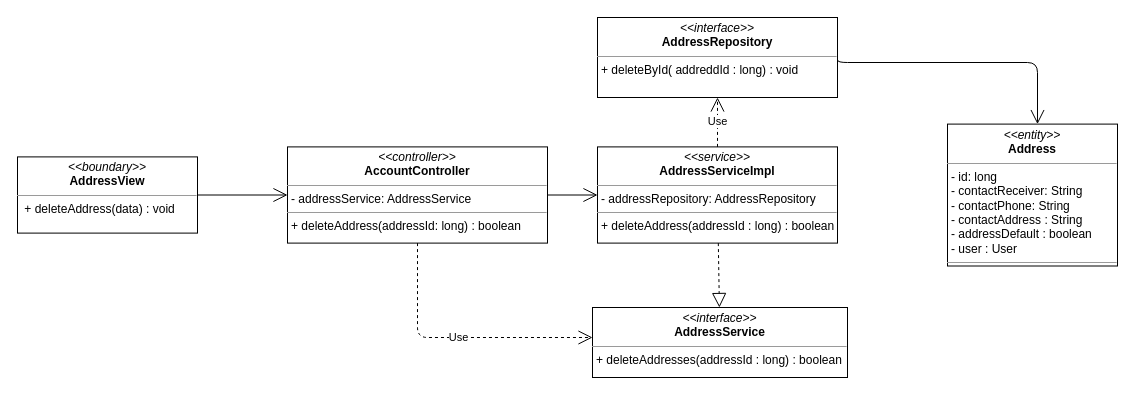
Before: class diagram/delete-address-class-diagram.drawio in nguyenphamvan/datn_20202, a draw.io diagram. Source tidied: cells renumbered, new cells numbered last; positions are measured from the earlier drawing's top-left corner, leaving out a move shared by most shapes. Both pictures are drawn from the tidied source at 100%, with x=0, y=0 at pixel (17, 17).
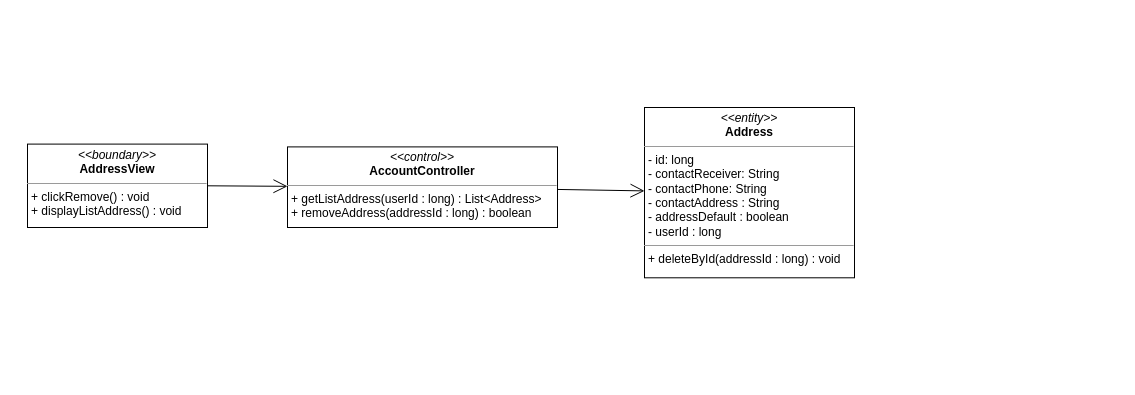
The same diagram, later.

The edit, as a diff of the source:
```diff
@@
 <mxGraphModel>
   <root>
     <mxCell id="0" />
     <mxCell id="1" parent="0" />
-    <mxCell id="2" value="&lt;p style=&quot;margin: 0px ; margin-top: 4px ; text-align: center&quot;&gt;&lt;i&gt;&amp;lt;&amp;lt;boundary&amp;gt;&amp;gt;&lt;/i&gt;&lt;br&gt;&lt;b&gt;AddressView&lt;/b&gt;&lt;/p&gt;&lt;hr size=&quot;1&quot;&gt;&lt;p style=&quot;margin: 0px ; margin-left: 4px&quot;&gt;&lt;span&gt;&amp;nbsp;&lt;/span&gt;&lt;span&gt;+ deleteAddress(data) : void&lt;/span&gt;&lt;/p&gt;" style="verticalAlign=top;align=left;overflow=fill;fontSize=12;fontFamily=Helvetica;html=1;" parent="1" vertex="1">
-      <mxGeometry y="139.4" width="180" height="76.2" as="geometry" />
-    </mxCell>
-    <mxCell id="3" style="endArrow=open;endFill=1;endSize=12;html=1;exitX=1;exitY=0.5;exitDx=0;exitDy=0;" parent="1" edge="1" source="2" target="6">
-      <mxGeometry relative="1" as="geometry" />
-    </mxCell>
-    <mxCell id="4" style="endArrow=open;endFill=1;endSize=12;html=1;exitX=1;exitY=0.5;exitDx=0;exitDy=0;edgeStyle=orthogonalEdgeStyle;" parent="1" edge="1" source="8" target="5">
-      <mxGeometry relative="1" as="geometry">
-        <Array as="points">
-          <mxPoint x="1020" y="45" />
-        </Array>
-      </mxGeometry>
-    </mxCell>
-    <mxCell id="5" value="&lt;p style=&quot;margin: 0px ; margin-top: 4px ; text-align: center&quot;&gt;&lt;i&gt;&amp;lt;&amp;lt;entity&amp;gt;&amp;gt;&lt;/i&gt;&lt;br&gt;&lt;b&gt;Address&lt;/b&gt;&lt;/p&gt;&lt;hr size=&quot;1&quot;&gt;&lt;p style=&quot;margin: 0px ; margin-left: 4px&quot;&gt;- id: long&lt;/p&gt;&lt;p style=&quot;margin: 0px ; margin-left: 4px&quot;&gt;- contactReceiver: String&lt;br&gt;- contactPhone: String&lt;/p&gt;&lt;p style=&quot;margin: 0px ; margin-left: 4px&quot;&gt;- contactAddress : String&lt;/p&gt;&lt;p style=&quot;margin: 0px ; margin-left: 4px&quot;&gt;- addressDefault : boolean&lt;/p&gt;&lt;p style=&quot;margin: 0px ; margin-left: 4px&quot;&gt;- user : User&lt;/p&gt;&lt;hr size=&quot;1&quot;&gt;&lt;p style=&quot;margin: 0px ; margin-left: 4px&quot;&gt;&lt;br&gt;&lt;/p&gt;" style="verticalAlign=top;align=left;overflow=fill;fontSize=12;fontFamily=Helvetica;html=1;" parent="1" vertex="1">
-      <mxGeometry x="930" y="106.6" width="170" height="141.9" as="geometry" />
-    </mxCell>
-    <mxCell id="6" value="&lt;p style=&quot;margin: 0px ; margin-top: 4px ; text-align: center&quot;&gt;&lt;i&gt;&amp;lt;&amp;lt;controller&amp;gt;&amp;gt;&lt;/i&gt;&lt;br&gt;&lt;b&gt;AccountController&lt;/b&gt;&lt;br&gt;&lt;/p&gt;&lt;hr size=&quot;1&quot;&gt;&lt;p style=&quot;margin: 0px ; margin-left: 4px&quot;&gt;- addressService: AddressService&lt;/p&gt;&lt;hr size=&quot;1&quot;&gt;&lt;p style=&quot;margin: 0px ; margin-left: 4px&quot;&gt;+ deleteAddress(addressId: long) : boolean&lt;br&gt;&lt;/p&gt;" style="verticalAlign=top;align=left;overflow=fill;fontSize=12;fontFamily=Helvetica;html=1;" parent="1" vertex="1">
-      <mxGeometry x="270" y="129.4" width="260" height="96.2" as="geometry" />
-    </mxCell>
-    <mxCell id="7" value="&lt;p style=&quot;margin: 0px ; margin-top: 4px ; text-align: center&quot;&gt;&lt;i&gt;&amp;lt;&amp;lt;interface&amp;gt;&amp;gt;&lt;/i&gt;&lt;br&gt;&lt;b&gt;AddressService&lt;/b&gt;&lt;/p&gt;&lt;hr size=&quot;1&quot;&gt;&lt;p style=&quot;margin: 0px ; margin-left: 4px&quot;&gt;+ deleteAddresses(addressId : long) : boolean&lt;/p&gt;" style="verticalAlign=top;align=left;overflow=fill;fontSize=12;fontFamily=Helvetica;html=1;" parent="1" vertex="1">
-      <mxGeometry x="575" y="290" width="255" height="70" as="geometry" />
-    </mxCell>
-    <mxCell id="8" value="&lt;p style=&quot;margin: 0px ; margin-top: 4px ; text-align: center&quot;&gt;&lt;i&gt;&amp;lt;&amp;lt;interface&amp;gt;&amp;gt;&lt;/i&gt;&lt;br&gt;&lt;b&gt;AddressRepository&lt;/b&gt;&lt;/p&gt;&lt;hr size=&quot;1&quot;&gt;&lt;p style=&quot;margin: 0px ; margin-left: 4px&quot;&gt;+ deleteById( addreddId : long) : void&lt;/p&gt;" style="verticalAlign=top;align=left;overflow=fill;fontSize=12;fontFamily=Helvetica;html=1;" parent="1" vertex="1">
-      <mxGeometry x="580" width="240" height="80" as="geometry" />
-    </mxCell>
-    <mxCell id="9" value="&lt;p style=&quot;margin: 0px ; margin-top: 4px ; text-align: center&quot;&gt;&lt;i&gt;&amp;lt;&amp;lt;service&amp;gt;&amp;gt;&lt;/i&gt;&lt;br&gt;&lt;b&gt;AddressServiceImpl&lt;/b&gt;&lt;br&gt;&lt;/p&gt;&lt;hr size=&quot;1&quot;&gt;&lt;p style=&quot;margin: 0px ; margin-left: 4px&quot;&gt;- addressRepository: AddressRepository&lt;/p&gt;&lt;hr size=&quot;1&quot;&gt;&lt;p style=&quot;margin: 0px ; margin-left: 4px&quot;&gt;+ deleteAddress(addressId : long) : boolean&lt;br&gt;&lt;/p&gt;" style="verticalAlign=top;align=left;overflow=fill;fontSize=12;fontFamily=Helvetica;html=1;" parent="1" vertex="1">
-      <mxGeometry x="580" y="129.4" width="240" height="96.2" as="geometry" />
-    </mxCell>
-    <mxCell id="10" value="Use" style="endArrow=open;endSize=12;dashed=1;html=1;edgeStyle=orthogonalEdgeStyle;" parent="1" edge="1" source="6" target="7">
-      <mxGeometry relative="1" as="geometry">
-        <Array as="points">
-          <mxPoint x="400" y="320" />
-        </Array>
-      </mxGeometry>
-    </mxCell>
-    <mxCell id="11" style="endArrow=open;endFill=1;endSize=12;html=1;" parent="1" edge="1" source="6" target="9">
-      <mxGeometry relative="1" as="geometry" />
-    </mxCell>
-    <mxCell id="12" style="endArrow=block;dashed=1;endFill=0;endSize=12;html=1;" parent="1" edge="1" source="9" target="7">
-      <mxGeometry relative="1" as="geometry" />
-    </mxCell>
-    <mxCell id="13" value="Use" style="endArrow=open;endSize=12;dashed=1;html=1;" parent="1" edge="1" source="9" target="8">
-      <mxGeometry relative="1" as="geometry" />
-    </mxCell>
+    <mxCell id="14" value="&lt;p style=&quot;margin: 0px ; margin-top: 4px ; text-align: center&quot;&gt;&lt;i&gt;&amp;lt;&amp;lt;boundary&amp;gt;&amp;gt;&lt;/i&gt;&lt;br&gt;&lt;b&gt;AddressView&lt;/b&gt;&lt;/p&gt;&lt;hr size=&quot;1&quot;&gt;&lt;p style=&quot;margin: 0px ; margin-left: 4px&quot;&gt;&lt;span&gt;+ clickRemove() : void&lt;/span&gt;&lt;/p&gt;&lt;p style=&quot;margin: 0px ; margin-left: 4px&quot;&gt;&lt;span&gt;+ displayListAddress() : void&lt;/span&gt;&lt;/p&gt;" style="verticalAlign=top;align=left;overflow=fill;fontSize=12;fontFamily=Helvetica;html=1;" parent="1" vertex="1">
+      <mxGeometry x="10" y="126.6" width="180" height="83.4" as="geometry" />
+    </mxCell>
+    <mxCell id="15" style="endArrow=open;endFill=1;endSize=12;html=1;exitX=1;exitY=0.5;exitDx=0;exitDy=0;" parent="1" edge="1" source="14" target="17">
+      <mxGeometry relative="1" as="geometry" />
+    </mxCell>
+    <mxCell id="16" value="&lt;p style=&quot;margin: 0px ; margin-top: 4px ; text-align: center&quot;&gt;&lt;i&gt;&amp;lt;&amp;lt;entity&amp;gt;&amp;gt;&lt;/i&gt;&lt;br&gt;&lt;b&gt;Address&lt;/b&gt;&lt;/p&gt;&lt;hr size=&quot;1&quot;&gt;&lt;p style=&quot;margin: 0px ; margin-left: 4px&quot;&gt;- id: long&lt;/p&gt;&lt;p style=&quot;margin: 0px ; margin-left: 4px&quot;&gt;- contactReceiver: String&lt;br&gt;- contactPhone: String&lt;/p&gt;&lt;p style=&quot;margin: 0px ; margin-left: 4px&quot;&gt;- contactAddress : String&lt;/p&gt;&lt;p style=&quot;margin: 0px ; margin-left: 4px&quot;&gt;- addressDefault : boolean&lt;/p&gt;&lt;p style=&quot;margin: 0px ; margin-left: 4px&quot;&gt;- userId : long&lt;/p&gt;&lt;hr size=&quot;1&quot;&gt;&lt;p style=&quot;margin: 0px ; margin-left: 4px&quot;&gt;+ deleteById(addressId : long) : void&lt;/p&gt;" style="verticalAlign=top;align=left;overflow=fill;fontSize=12;fontFamily=Helvetica;html=1;" parent="1" vertex="1">
+      <mxGeometry x="627" y="90" width="210" height="170.3" as="geometry" />
+    </mxCell>
+    <mxCell id="17" value="&lt;p style=&quot;margin: 0px ; margin-top: 4px ; text-align: center&quot;&gt;&lt;i&gt;&amp;lt;&amp;lt;control&amp;gt;&amp;gt;&lt;/i&gt;&lt;br&gt;&lt;b&gt;AccountController&lt;/b&gt;&lt;br&gt;&lt;/p&gt;&lt;hr size=&quot;1&quot;&gt;&lt;p style=&quot;margin: 0px ; margin-left: 4px&quot;&gt;&lt;/p&gt;&lt;p style=&quot;margin: 0px ; margin-left: 4px&quot;&gt;+ getListAddress(userId : long) : List&amp;lt;Address&amp;gt;&lt;br&gt;&lt;/p&gt;&lt;p style=&quot;margin: 0px ; margin-left: 4px&quot;&gt;+ removeAddress(addressId : long) : boolean&lt;/p&gt;" style="verticalAlign=top;align=left;overflow=fill;fontSize=12;fontFamily=Helvetica;html=1;" parent="1" vertex="1">
+      <mxGeometry x="270" y="129.4" width="270" height="80.6" as="geometry" />
+    </mxCell>
+    <mxCell id="18" style="endArrow=open;endFill=1;endSize=12;html=1;" parent="1" edge="1" source="17" target="16">
+      <mxGeometry relative="1" as="geometry" />
+    </mxCell>
   </root>
 </mxGraphModel>
```
